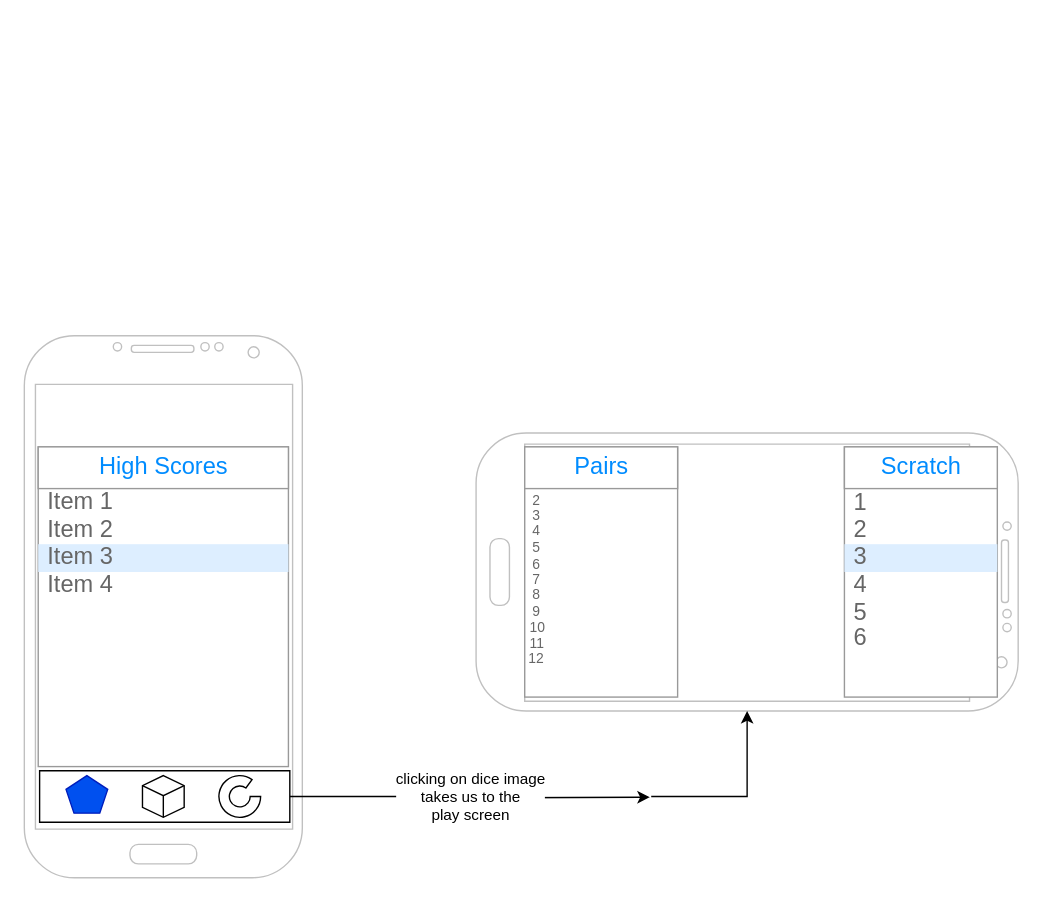
This is docs/wireframe.drawio from levisanchez/dice-solitaire, a draw.io file, before an edit. Source tidied: cells renumbered, new cells numbered last; positions are measured from the earlier drawing's top-left corner, leaving out a move shared by most shapes. Both pictures are drawn from the tidied source at 139%, with x=0, y=0 at pixel (24, 335).
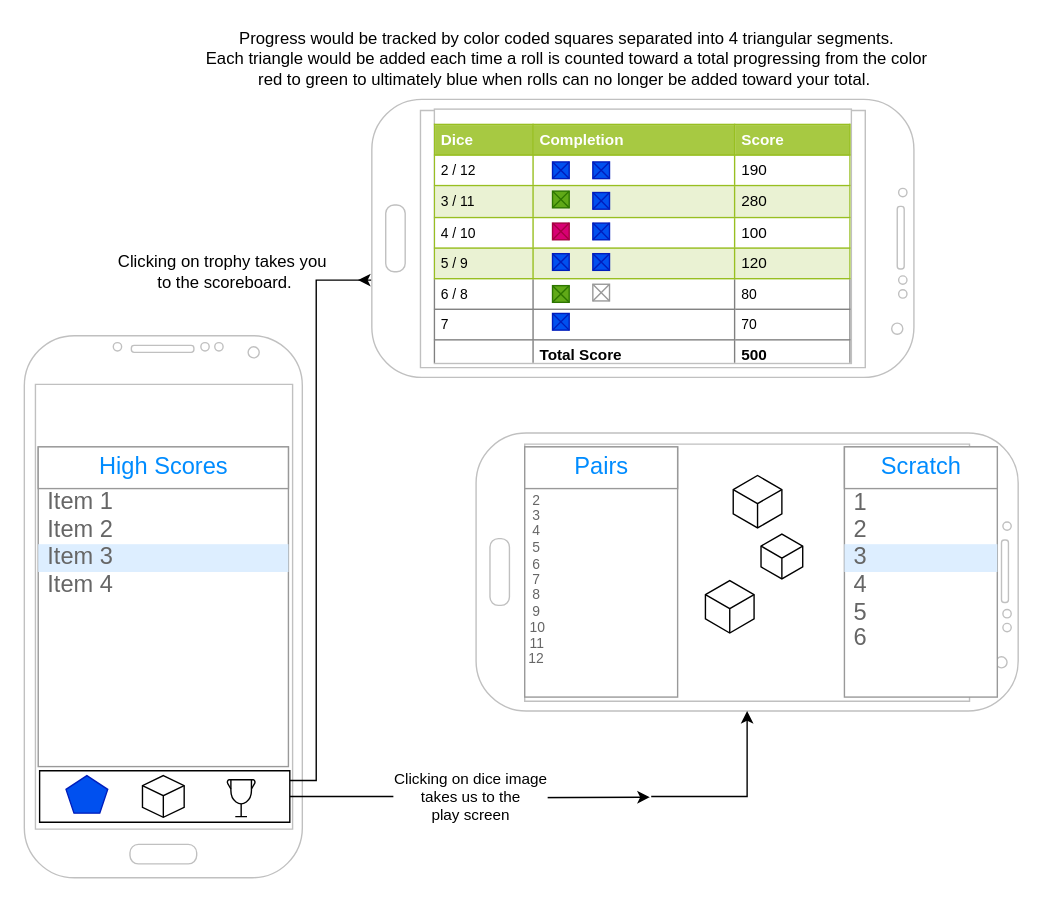
After the change.

Commit message (it also covers changes not shown here):
Updated documents for wireframe

Unchanged cells that the change refers to:
```xml
<mxCell id="5" style="verticalLabelPosition=bottom;verticalAlign=top;html=1;shape=mxgraph.basic.rect;fillColor2=none;strokeWidth=1;size=20;indent=5;" parent="1" vertex="1">
  <mxGeometry x="11" y="313" width="180" height="37" as="geometry" />
</mxCell>
```

The edit, as a diff of the source:
```diff
@@
-    <mxCell id="4" value="clicking on dice image&lt;br&gt;takes us to the &lt;br&gt;play&amp;nbsp;screen" style="edgeStyle=orthogonalEdgeStyle;rounded=0;jettySize=auto;html=1;" parent="1" edge="1" source="5">
+    <mxCell id="4" value="Clicking on dice image&lt;br&gt;takes us to the &lt;br&gt;play&amp;nbsp;screen" style="edgeStyle=orthogonalEdgeStyle;rounded=0;jettySize=auto;html=1;" parent="1" edge="1" source="5">
       <mxGeometry relative="1" as="geometry">
         <mxPoint x="450" y="332" as="targetPoint" />
       </mxGeometry>
     </mxCell>
+    <mxCell id="37" style="edgeStyle=orthogonalEdgeStyle;rounded=0;jettySize=auto;html=1;" parent="1" edge="1" source="5">
+      <mxGeometry relative="1" as="geometry">
+        <mxPoint x="240" y="-40" as="targetPoint" />
+        <Array as="points">
+          <mxPoint x="210" y="320" />
+          <mxPoint x="210" y="-40" />
+          <mxPoint x="250" y="-40" />
+        </Array>
+      </mxGeometry>
+    </mxCell>
@@
-    <mxCell id="9" style="verticalLabelPosition=bottom;verticalAlign=top;html=1;shape=mxgraph.basic.partConcEllipse;startAngle=0.25;endAngle=0.1;arcWidth=0.5;" parent="1" vertex="1">
-      <mxGeometry x="140" y="316.5" width="30" height="30" as="geometry" />
-    </mxCell>
@@
+    <mxCell id="38" style="html=1;whiteSpace=wrap;shape=isoCube;backgroundOutline=1;" parent="1" vertex="1">
+      <mxGeometry x="510" y="100" width="35" height="38.9" as="geometry" />
+    </mxCell>
+    <mxCell id="39" style="html=1;whiteSpace=wrap;shape=isoCube;backgroundOutline=1;" parent="1" vertex="1">
+      <mxGeometry x="530" y="142.2" width="30" height="33.3" as="geometry" />
+    </mxCell>
+    <mxCell id="40" style="html=1;whiteSpace=wrap;shape=isoCube;backgroundOutline=1;" parent="1" vertex="1">
+      <mxGeometry x="490" y="175.6" width="35" height="38.9" as="geometry" />
+    </mxCell>
+    <mxCell id="41" style="verticalLabelPosition=bottom;verticalAlign=top;html=1;shadow=0;dashed=0;strokeWidth=1;shape=mxgraph.android.phone2;strokeColor=#c0c0c0;direction=south;" parent="1" vertex="1">
+      <mxGeometry x="250" y="-170" width="390" height="200" as="geometry" />
+    </mxCell>
+    <mxCell id="42" value="&lt;p style=&quot;line-height: 110% ; font-size: 11px&quot;&gt;&lt;/p&gt;&lt;table border=&quot;1&quot; width=&quot;100%&quot; cellpadding=&quot;4&quot; style=&quot;width: 100% ; height: 100% ; border-collapse: collapse ; font-size: 10px&quot;&gt;&lt;tbody style=&quot;font-size: 11px&quot;&gt;&lt;tr style=&quot;background-color: #a7c942 ; color: #ffffff ; border: 1px solid #98bf21&quot;&gt;&lt;th align=&quot;left&quot;&gt;&lt;font style=&quot;font-size: 11px&quot;&gt;Dice&lt;/font&gt;&lt;/th&gt;&lt;th align=&quot;left&quot;&gt;&lt;font style=&quot;font-size: 11px&quot;&gt;Completion&lt;/font&gt;&lt;/th&gt;&lt;th align=&quot;left&quot;&gt;&lt;font style=&quot;font-size: 11px&quot;&gt;Score&lt;/font&gt;&lt;/th&gt;&lt;/tr&gt;&lt;tr style=&quot;border: 1px solid #98bf21&quot;&gt;&lt;td&gt;&lt;font style=&quot;font-size: 10px&quot;&gt;2 / 12&lt;/font&gt;&lt;/td&gt;&lt;td&gt;&lt;/td&gt;&lt;td&gt;190&lt;/td&gt;&lt;/tr&gt;&lt;tr style=&quot;background-color: #eaf2d3 ; border: 1px solid #98bf21&quot;&gt;&lt;td&gt;&lt;font style=&quot;font-size: 10px&quot;&gt;3 / 11&lt;/font&gt;&lt;/td&gt;&lt;td&gt;&lt;br&gt;&lt;/td&gt;&lt;td&gt;280&lt;/td&gt;&lt;/tr&gt;&lt;tr style=&quot;border: 1px solid #98bf21&quot;&gt;&lt;td&gt;&lt;font style=&quot;font-size: 10px&quot;&gt;4 / 10&lt;/font&gt;&lt;/td&gt;&lt;td&gt;&lt;br&gt;&lt;/td&gt;&lt;td&gt;100&lt;/td&gt;&lt;/tr&gt;&lt;tr style=&quot;background-color: #eaf2d3 ; border: 1px solid #98bf21&quot;&gt;&lt;td&gt;&lt;font style=&quot;font-size: 10px&quot;&gt;5 / 9&lt;br&gt;&lt;/font&gt;&lt;/td&gt;&lt;td&gt;&lt;br&gt;&lt;/td&gt;&lt;td&gt;120&lt;/td&gt;&lt;/tr&gt;&lt;tr&gt;&lt;td&gt;&lt;font style=&quot;font-size: 10px&quot;&gt;6 / 8&lt;/font&gt;&lt;/td&gt;&lt;td&gt;&lt;font style=&quot;font-size: 10px&quot;&gt;&lt;br&gt;&lt;/font&gt;&lt;/td&gt;&lt;td&gt;&lt;font style=&quot;font-size: 10px&quot;&gt;80&lt;/font&gt;&lt;/td&gt;&lt;/tr&gt;&lt;tr&gt;&lt;td&gt;&lt;font style=&quot;font-size: 10px&quot;&gt;7&lt;/font&gt;&lt;/td&gt;&lt;td&gt;&lt;font style=&quot;font-size: 10px&quot;&gt;&lt;br&gt;&lt;/font&gt;&lt;/td&gt;&lt;td&gt;&lt;font style=&quot;font-size: 10px&quot;&gt;70&lt;/font&gt;&lt;/td&gt;&lt;/tr&gt;&lt;tr&gt;&lt;td&gt;&lt;font style=&quot;font-size: 11px&quot;&gt;&lt;b&gt;&lt;br&gt;&lt;/b&gt;&lt;/font&gt;&lt;/td&gt;&lt;td&gt;&lt;font style=&quot;font-size: 11px&quot;&gt;&lt;b&gt;Total Score&lt;/b&gt;&lt;/font&gt;&lt;/td&gt;&lt;td&gt;&lt;font style=&quot;font-size: 11px&quot;&gt;&lt;b&gt;500&lt;/b&gt;&lt;/font&gt;&lt;/td&gt;&lt;/tr&gt;&lt;tr&gt;&lt;td&gt;&lt;font style=&quot;font-size: 10px&quot;&gt;&lt;br&gt;&lt;/font&gt;&lt;/td&gt;&lt;td&gt;&lt;font style=&quot;font-size: 10px&quot;&gt;&lt;br&gt;&lt;/font&gt;&lt;/td&gt;&lt;td&gt;&lt;font style=&quot;font-size: 10px&quot;&gt;&lt;br&gt;&lt;/font&gt;&lt;/td&gt;&lt;/tr&gt;&lt;tr&gt;&lt;td&gt;&lt;font style=&quot;font-size: 10px&quot;&gt;&lt;br&gt;&lt;/font&gt;&lt;/td&gt;&lt;td&gt;&lt;font style=&quot;font-size: 10px&quot;&gt;&lt;br&gt;&lt;/font&gt;&lt;/td&gt;&lt;td&gt;&lt;font style=&quot;font-size: 10px&quot;&gt;&lt;br&gt;&lt;/font&gt;&lt;/td&gt;&lt;/tr&gt;&lt;/tbody&gt;&lt;/table&gt;&lt;p style=&quot;font-size: 11px&quot;&gt;&lt;/p&gt;" style="text;html=1;strokeColor=#c0c0c0;fillColor=#ffffff;overflow=fill;rounded=0;" parent="1" vertex="1">
+      <mxGeometry x="295" y="-163" width="300" height="183" as="geometry" />
+    </mxCell>
+    <mxCell id="43" style="verticalLabelPosition=bottom;shadow=0;dashed=0;align=center;html=1;verticalAlign=top;strokeWidth=1;shape=mxgraph.mockup.graphics.simpleIcon;strokeColor=#001DBC;fillColor=#0050ef;fontColor=#ffffff;" parent="1" vertex="1">
+      <mxGeometry x="380" y="-125" width="12" height="12" as="geometry" />
+    </mxCell>
+    <mxCell id="44" style="verticalLabelPosition=bottom;shadow=0;dashed=0;align=center;html=1;verticalAlign=top;strokeWidth=1;shape=mxgraph.mockup.graphics.simpleIcon;strokeColor=#001DBC;fillColor=#0050ef;fontColor=#ffffff;" parent="1" vertex="1">
+      <mxGeometry x="409" y="-125" width="12" height="12" as="geometry" />
+    </mxCell>
+    <mxCell id="45" style="verticalLabelPosition=bottom;shadow=0;dashed=0;align=center;html=1;verticalAlign=top;strokeWidth=1;shape=mxgraph.mockup.graphics.simpleIcon;strokeColor=#001DBC;fillColor=#0050ef;fontColor=#ffffff;" parent="1" vertex="1">
+      <mxGeometry x="409" y="-103" width="12" height="12" as="geometry" />
+    </mxCell>
+    <mxCell id="46" style="verticalLabelPosition=bottom;shadow=0;dashed=0;align=center;html=1;verticalAlign=top;strokeWidth=1;shape=mxgraph.mockup.graphics.simpleIcon;strokeColor=#2D7600;fillColor=#60a917;fontColor=#ffffff;direction=west;" parent="1" vertex="1">
+      <mxGeometry x="380" y="-104" width="12" height="12" as="geometry" />
+    </mxCell>
+    <mxCell id="47" style="verticalLabelPosition=bottom;shadow=0;dashed=0;align=center;html=1;verticalAlign=top;strokeWidth=1;shape=mxgraph.mockup.graphics.simpleIcon;strokeColor=#001DBC;fillColor=#0050ef;fontColor=#ffffff;" parent="1" vertex="1">
+      <mxGeometry x="409" y="-81" width="12" height="12" as="geometry" />
+    </mxCell>
+    <mxCell id="48" style="verticalLabelPosition=bottom;shadow=0;dashed=0;align=center;html=1;verticalAlign=top;strokeWidth=1;shape=mxgraph.mockup.graphics.simpleIcon;strokeColor=#A50040;fillColor=#d80073;fontColor=#ffffff;" parent="1" vertex="1">
+      <mxGeometry x="380" y="-81" width="12" height="12" as="geometry" />
+    </mxCell>
+    <mxCell id="49" style="verticalLabelPosition=bottom;shadow=0;dashed=0;align=center;html=1;verticalAlign=top;strokeWidth=1;shape=mxgraph.mockup.graphics.simpleIcon;strokeColor=#001DBC;fillColor=#0050ef;fontColor=#ffffff;" parent="1" vertex="1">
+      <mxGeometry x="409" y="-59" width="12" height="12" as="geometry" />
+    </mxCell>
+    <mxCell id="50" style="verticalLabelPosition=bottom;shadow=0;dashed=0;align=center;html=1;verticalAlign=top;strokeWidth=1;shape=mxgraph.mockup.graphics.simpleIcon;strokeColor=#001DBC;fillColor=#0050ef;fontColor=#ffffff;" parent="1" vertex="1">
+      <mxGeometry x="380" y="-59" width="12" height="12" as="geometry" />
+    </mxCell>
+    <mxCell id="51" style="verticalLabelPosition=bottom;shadow=0;dashed=0;align=center;html=1;verticalAlign=top;strokeWidth=1;shape=mxgraph.mockup.graphics.simpleIcon;strokeColor=#999999;" parent="1" vertex="1">
+      <mxGeometry x="409" y="-37" width="12" height="12" as="geometry" />
+    </mxCell>
+    <mxCell id="52" style="verticalLabelPosition=bottom;shadow=0;dashed=0;align=center;html=1;verticalAlign=top;strokeWidth=1;shape=mxgraph.mockup.graphics.simpleIcon;strokeColor=#2D7600;fillColor=#60a917;fontColor=#ffffff;" parent="1" vertex="1">
+      <mxGeometry x="380" y="-36" width="12" height="12" as="geometry" />
+    </mxCell>
+    <mxCell id="53" style="verticalLabelPosition=bottom;shadow=0;dashed=0;align=center;html=1;verticalAlign=top;strokeWidth=1;shape=mxgraph.mockup.graphics.simpleIcon;strokeColor=#001DBC;fillColor=#0050ef;fontColor=#ffffff;" parent="1" vertex="1">
+      <mxGeometry x="380" y="-16" width="12" height="12" as="geometry" />
+    </mxCell>
+    <mxCell id="54" value="Clicking on trophy takes you&amp;nbsp;&lt;br&gt;to the scoreboard." style="text;html=1;align=center;verticalAlign=middle;" parent="1" vertex="1">
+      <mxGeometry x="59" y="-61" width="170" height="30" as="geometry" />
+    </mxCell>
+    <mxCell id="55" style="html=1;verticalLabelPosition=bottom;align=center;labelBackgroundColor=#ffffff;verticalAlign=top;strokeWidth=1;strokeColor=#000000;shadow=0;dashed=0;shape=mxgraph.ios7.icons.trophy;" parent="1" vertex="1">
+      <mxGeometry x="146" y="319.5" width="20" height="26.5" as="geometry" />
+    </mxCell>
+    <mxCell id="56" value="Progress would be tracked by color coded squares separated into 4 triangular segments. &lt;br&gt;Each triangle would be added each time a roll is counted toward a total progressing from the color &lt;br&gt;red to green to ultimately blue when rolls can no longer be added toward your total.&amp;nbsp;" style="text;html=1;align=center;verticalAlign=middle;" parent="1" vertex="1">
+      <mxGeometry x="125" y="-224" width="530" height="50" as="geometry" />
+    </mxCell>
```
